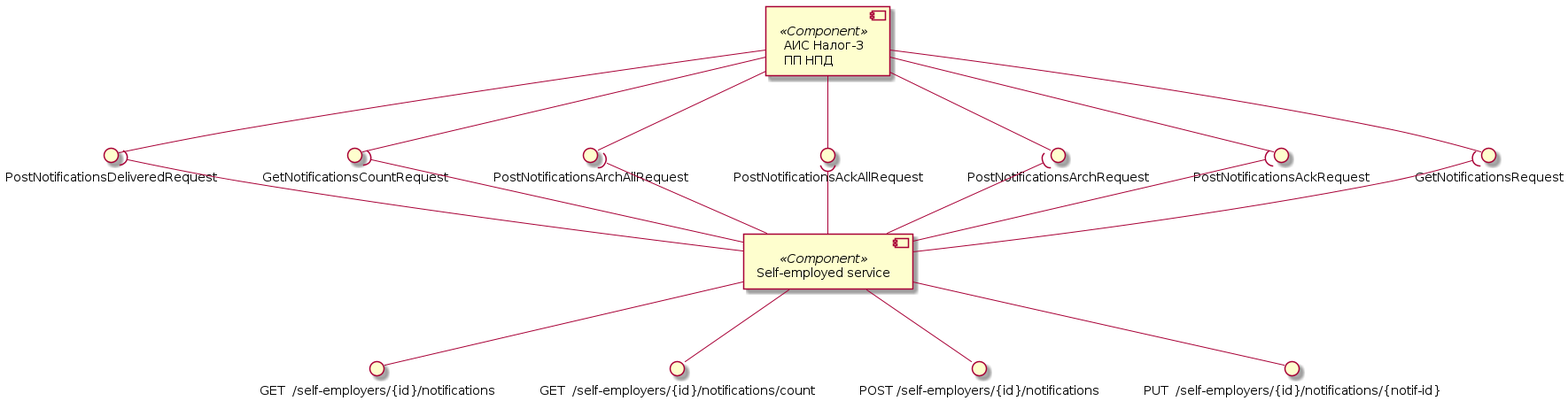
Earlier version of the PlantUML export assets/images/diagrams/self-employed-service/components/notifications-components.png (RaikBitters/ibank-internal-services). The source it was exported from:
```plantuml
@startuml notifications-components

component "АИС Налог-3\nПП НПД" as Tax3 <<Component>>
interface "GetNotificationsRequest" as GetNotifications
interface "PostNotificationsAckRequest" as PostNotificationsAck
interface "PostNotificationsArchRequest" as PostNotificationsArch
interface "PostNotificationsAckAllRequest" as PostNotificationsAckAll
interface "PostNotificationsArchAllRequest" as PostNotificationsArchAllRequest
interface "GetNotificationsCountRequest" as GetNotificationsCount
interface "PostNotificationsDeliveredRequest" as PostNotificationsDeliveredRequest

Tax3 --() GetNotifications
Tax3 --() PostNotificationsAck
Tax3 --() PostNotificationsArch
Tax3 --() PostNotificationsAckAll
Tax3 --() PostNotificationsArchAllRequest
Tax3 --() GetNotificationsCount
Tax3 --() PostNotificationsDeliveredRequest

component "Self-employed service" as SelfEmplService <<Component>>
interface "GET  /self-employers/{id}/notifications" as getNotifications
interface "GET  /self-employers/{id}/notifications/count" as getNotificationsCount
interface "POST /self-employers/{id}/notifications" as postNotifications
interface "PUT  /self-employers/{id}/notifications/{notif-id}" as putNotificationId

SelfEmplService --() getNotifications
SelfEmplService --() getNotificationsCount
SelfEmplService --() postNotifications
SelfEmplService --() putNotificationId

SelfEmplService -up-( GetNotifications
SelfEmplService -up-( PostNotificationsAck
SelfEmplService -up-( PostNotificationsArch
SelfEmplService -up-( PostNotificationsAckAll
SelfEmplService -up-( PostNotificationsArchAllRequest
SelfEmplService -up-( GetNotificationsCount
SelfEmplService -up-( PostNotificationsDeliveredRequest

@enduml
```
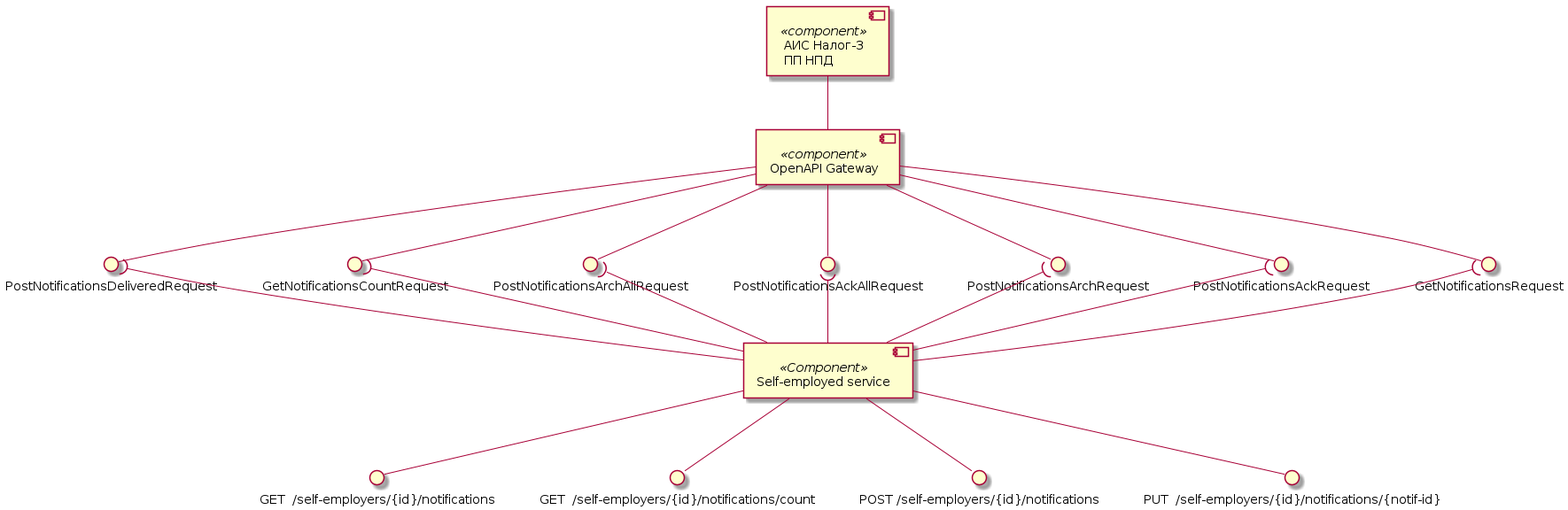
Above is the later version.

Commit message:
Updated self-empl components diagram.

Change to the diagram source:
```diff
@@ -1,6 +1,7 @@
 @startuml notifications-components
 
-component "АИС Налог-3\nПП НПД" as Tax3 <<Component>>
+component "АИС Налог-3\nПП НПД" as Tax3 <<component>>
+component "OpenAPI Gateway" as OpenAPI <<component>>
 interface "GetNotificationsRequest" as GetNotifications
 interface "PostNotificationsAckRequest" as PostNotificationsAck
 interface "PostNotificationsArchRequest" as PostNotificationsArch
@@ -9,13 +10,14 @@
 interface "GetNotificationsCountRequest" as GetNotificationsCount
 interface "PostNotificationsDeliveredRequest" as PostNotificationsDeliveredRequest
 
-Tax3 --() GetNotifications
-Tax3 --() PostNotificationsAck
-Tax3 --() PostNotificationsArch
-Tax3 --() PostNotificationsAckAll
-Tax3 --() PostNotificationsArchAllRequest
-Tax3 --() GetNotificationsCount
-Tax3 --() PostNotificationsDeliveredRequest
+Tax3 -- OpenAPI
+OpenAPI --() GetNotifications
+OpenAPI --() PostNotificationsAck
+OpenAPI --() PostNotificationsArch
+OpenAPI --() PostNotificationsAckAll
+OpenAPI --() PostNotificationsArchAllRequest
+OpenAPI --() GetNotificationsCount
+OpenAPI --() PostNotificationsDeliveredRequest
 
 component "Self-employed service" as SelfEmplService <<Component>>
 interface "GET  /self-employers/{id}/notifications" as getNotifications
```
